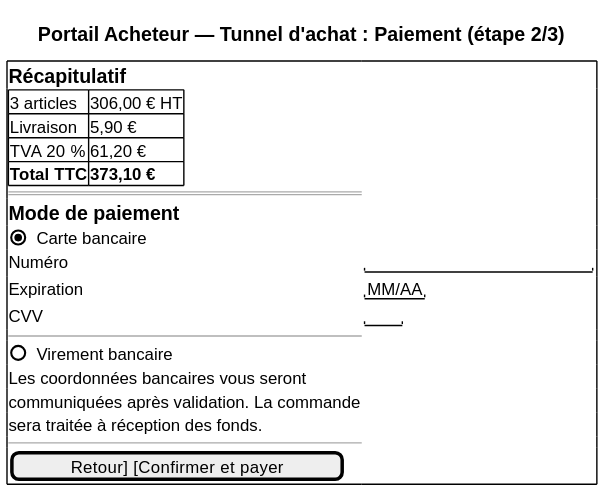
Above: architecture/04-physical-architecture/diagrams/ihm-pa-tunnel-paiement.svg in louistalvande/online_shop (PlantUML), before the change.
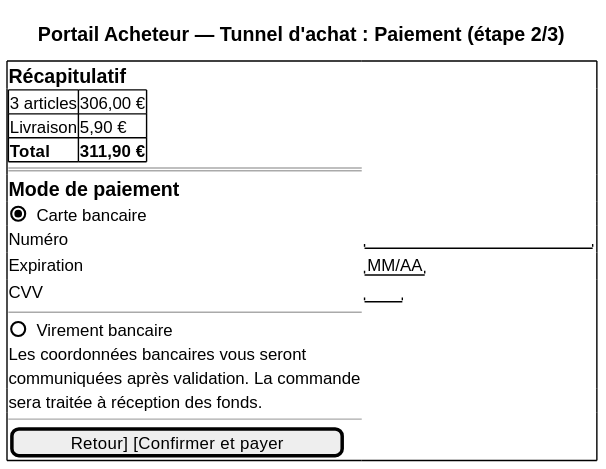
The same file after the commit.

Diff of the diagram source:
```diff
@@ -4,10 +4,9 @@
 {+
   == Récapitulatif
   {#
-    3 articles | 306,00 € HT
+    3 articles | 306,00 €
     Livraison  | 5,90 €
-    TVA 20 %   | 61,20 €
-    **Total TTC**  | **373,10 €**
+    **Total**  | **311,90 €**
   }
   ==
   == Mode de paiement
```
